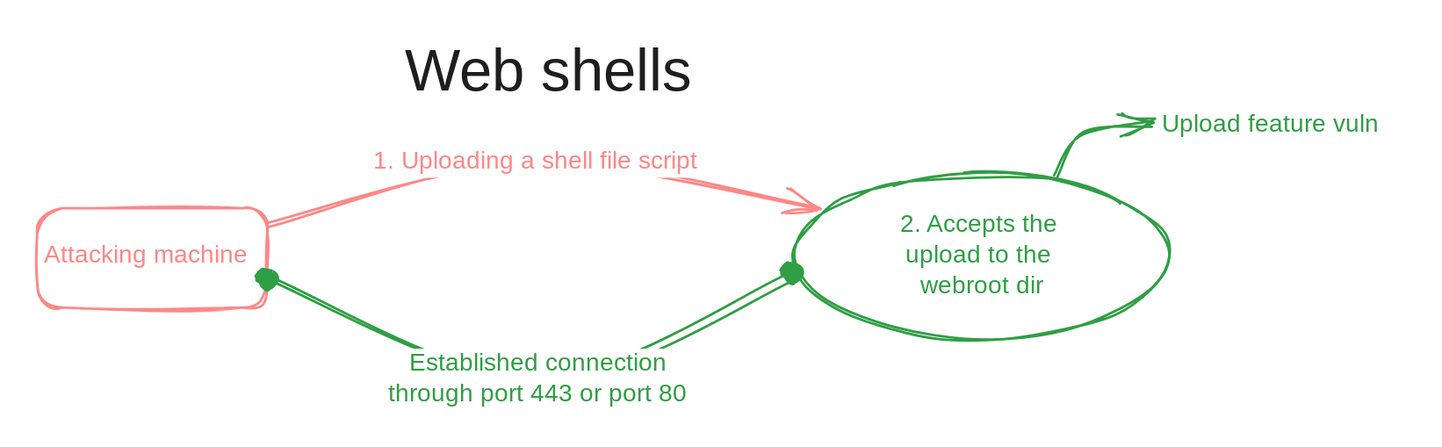
Above: .gitbook/assets/file.excalidraw (11).svg in 7ankalis/muninn-cpts (Excalidraw), before the change. Source tidied: one line per element, renumbered; positions are measured from the earlier drawing's top-left corner, leaving out a move shared by most shapes.
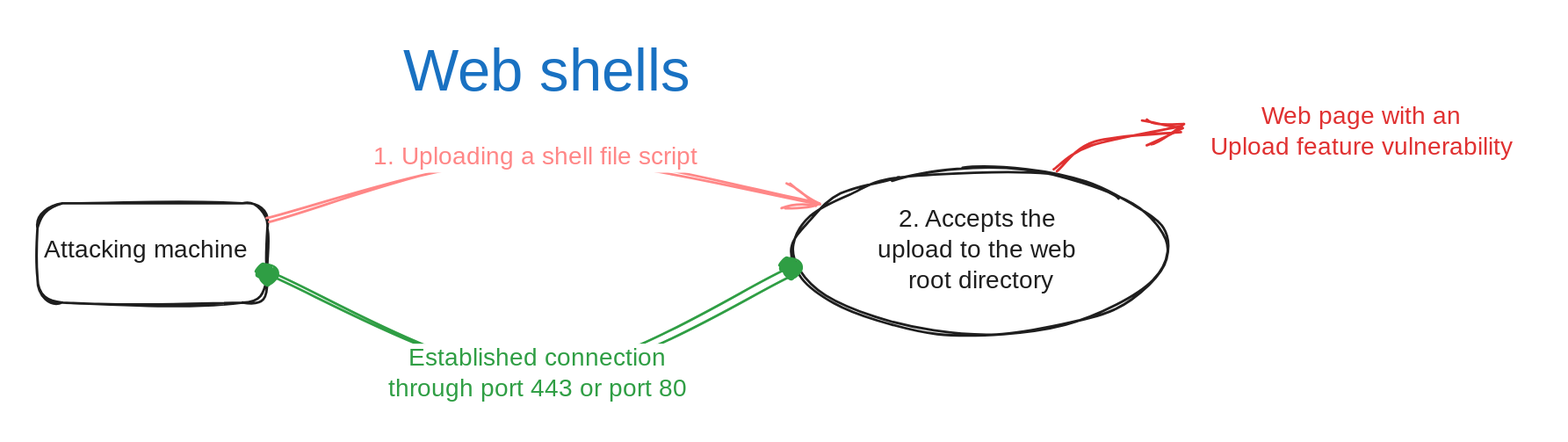
After the commit.

Commit message:
GITBOOK-70: Edited Setting up shells and Knowledge check.

Change to the diagram source:
```diff
@@ -1,11 +1,11 @@
-{"id": 0, "type": "rectangle", "strokeColor": "#ff8787", "strokeWidth": 2, "roughness": 2, "round": true, "x": 0, "y": 139, "width": 187, "height": 81}
+{"id": 0, "type": "rectangle", "strokeColor": "#1e1e1e", "strokeWidth": 2, "roughness": 2, "round": true, "x": 0, "y": 135, "width": 187, "height": 81}
-{"id": 1, "type": "ellipse", "strokeColor": "#2f9e44", "strokeWidth": 2, "roughness": 2, "round": true, "x": 616, "y": 111, "width": 305, "height": 134}
+{"id": 1, "type": "ellipse", "strokeColor": "#1e1e1e", "strokeWidth": 2, "roughness": 2, "round": true, "x": 615, "y": 107, "width": 305, "height": 134}
-{"id": 2, "type": "text", "text": "2. Accepts the \nupload to the \nwebroot dir", "strokeColor": "#2f9e44", "backgroundColor": "#ffffff", "fillStyle": "solid", "strokeWidth": 2, "roughness": 2, "fontSize": 20, "fontFamily": 1, "textAlign": "center", "verticalAlign": "middle", "inside": 1, "x": 689, "y": 140, "width": 158, "height": 75}
+{"id": 2, "type": "text", "text": "2. Accepts the \nupload to the web \nroot directory", "strokeColor": "#1e1e1e", "backgroundColor": "#ffffff", "fillStyle": "solid", "strokeWidth": 2, "roughness": 2, "fontSize": 20, "fontFamily": 1, "textAlign": "center", "verticalAlign": "middle", "inside": 1, "x": 672, "y": 136, "width": 190, "height": 75}
-{"id": 3, "type": "text", "text": "Attacking machine", "strokeColor": "#ff8787", "strokeWidth": 2, "roughness": 2, "fontSize": 20, "fontFamily": 1, "x": 5, "y": 165, "width": 173, "height": 25}
+{"id": 3, "type": "text", "text": "Attacking machine", "strokeColor": "#1e1e1e", "strokeWidth": 2, "roughness": 2, "fontSize": 20, "fontFamily": 1, "x": 5, "y": 161, "width": 173, "height": 25}
-{"id": 4, "type": "arrow", "strokeColor": "#ff8787", "strokeWidth": 2, "roughness": 2, "endArrowhead": "arrow", "round": true, "from": 3, "to": 1, "x": 186, "y": 156, "width": 448, "height": 54, "points": [[0, 0], [219, -54], [448, -16]]}
+{"id": 4, "type": "arrow", "strokeColor": "#ff8787", "strokeWidth": 2, "roughness": 2, "endArrowhead": "arrow", "round": true, "from": 3, "to": 1, "x": 186, "y": 152, "width": 447, "height": 54, "points": [[0, 0], [219, -54], [447, -16]]}
-{"id": 5, "type": "text", "text": "1. Uploading a shell file script", "strokeColor": "#ff8787", "backgroundColor": "#ffffff", "fillStyle": "solid", "strokeWidth": 2, "roughness": 2, "fontSize": 20, "fontFamily": 1, "textAlign": "center", "verticalAlign": "middle", "inside": 4, "x": 256, "y": 102, "width": 291, "height": 25}
+{"id": 5, "type": "text", "text": "1. Uploading a shell file script", "strokeColor": "#ff8787", "backgroundColor": "#ffffff", "fillStyle": "solid", "strokeWidth": 2, "roughness": 2, "fontSize": 20, "fontFamily": 1, "textAlign": "center", "verticalAlign": "middle", "inside": 4, "x": 256, "y": 98, "width": 291, "height": 25}
-{"id": 6, "type": "arrow", "strokeColor": "#2f9e44", "strokeWidth": 2, "roughness": 2, "startArrowhead": "dot", "endArrowhead": "dot", "round": true, "from": 1, "to": 3, "x": 614, "y": 193, "width": 424, "height": 86, "points": [[0, 0], [-207, 86], [-424, 4]]}
+{"id": 6, "type": "arrow", "strokeColor": "#2f9e44", "strokeWidth": 2, "roughness": 2, "startArrowhead": "dot", "endArrowhead": "dot", "round": true, "from": 1, "to": 3, "x": 613, "y": 189, "width": 423, "height": 86, "points": [[0, 0], [-206, 86], [-423, 4]]}
-{"id": 7, "type": "text", "text": "Established connection\nthrough port 443 or port 80", "strokeColor": "#2f9e44", "backgroundColor": "#ffffff", "fillStyle": "solid", "strokeWidth": 2, "roughness": 2, "fontSize": 20, "fontFamily": 1, "textAlign": "center", "verticalAlign": "middle", "inside": 6, "x": 277, "y": 194, "width": 292, "height": 50}
+{"id": 7, "type": "text", "text": "Established connection\nthrough port 443 or port 80", "strokeColor": "#2f9e44", "backgroundColor": "#ffffff", "fillStyle": "solid", "strokeWidth": 2, "roughness": 2, "fontSize": 20, "fontFamily": 1, "textAlign": "center", "verticalAlign": "middle", "inside": 6, "x": 277, "y": 190, "width": 292, "height": 50}
-{"id": 8, "type": "arrow", "strokeColor": "#2f9e44", "strokeWidth": 2, "roughness": 2, "endArrowhead": "arrow", "round": true, "from": 1, "to": 9, "x": 828, "y": 112, "width": 76, "height": 41, "points": [[0, 0], [24, -34], [76, -41]]}
+{"id": 8, "type": "arrow", "strokeColor": "#e03131", "strokeWidth": 2, "roughness": 2, "endArrowhead": "arrow", "round": true, "from": 1, "to": 9, "x": 828, "y": 108, "width": 100, "height": 32, "points": [[0, 0], [33, -22], [100, -32]]}
-{"id": 9, "type": "text", "text": "Upload feature vuln", "strokeColor": "#2f9e44", "strokeWidth": 2, "roughness": 2, "fontSize": 20, "fontFamily": 1, "x": 915, "y": 59, "width": 198, "height": 25}
+{"id": 9, "type": "text", "text": "Web page with an\nUpload feature vulnerability", "strokeColor": "#e03131", "strokeWidth": 2, "roughness": 2, "fontSize": 20, "fontFamily": 1, "textAlign": "center", "x": 940, "y": 53, "width": 276, "height": 50}
-{"id": 10, "type": "text", "text": "Web shells", "strokeColor": "#1e1e1e", "backgroundColor": "#ffffff", "fillStyle": "solid", "strokeWidth": 2, "roughness": 2, "fontSize": 47.91, "fontFamily": 1, "x": 299, "y": 0, "width": 237, "height": 60}
+{"id": 10, "type": "text", "text": "Web shells", "strokeColor": "#1971c2", "backgroundColor": "#ffffff", "fillStyle": "solid", "strokeWidth": 2, "roughness": 2, "fontSize": 47.91, "fontFamily": 1, "x": 298, "y": 0, "width": 237, "height": 60}
```
